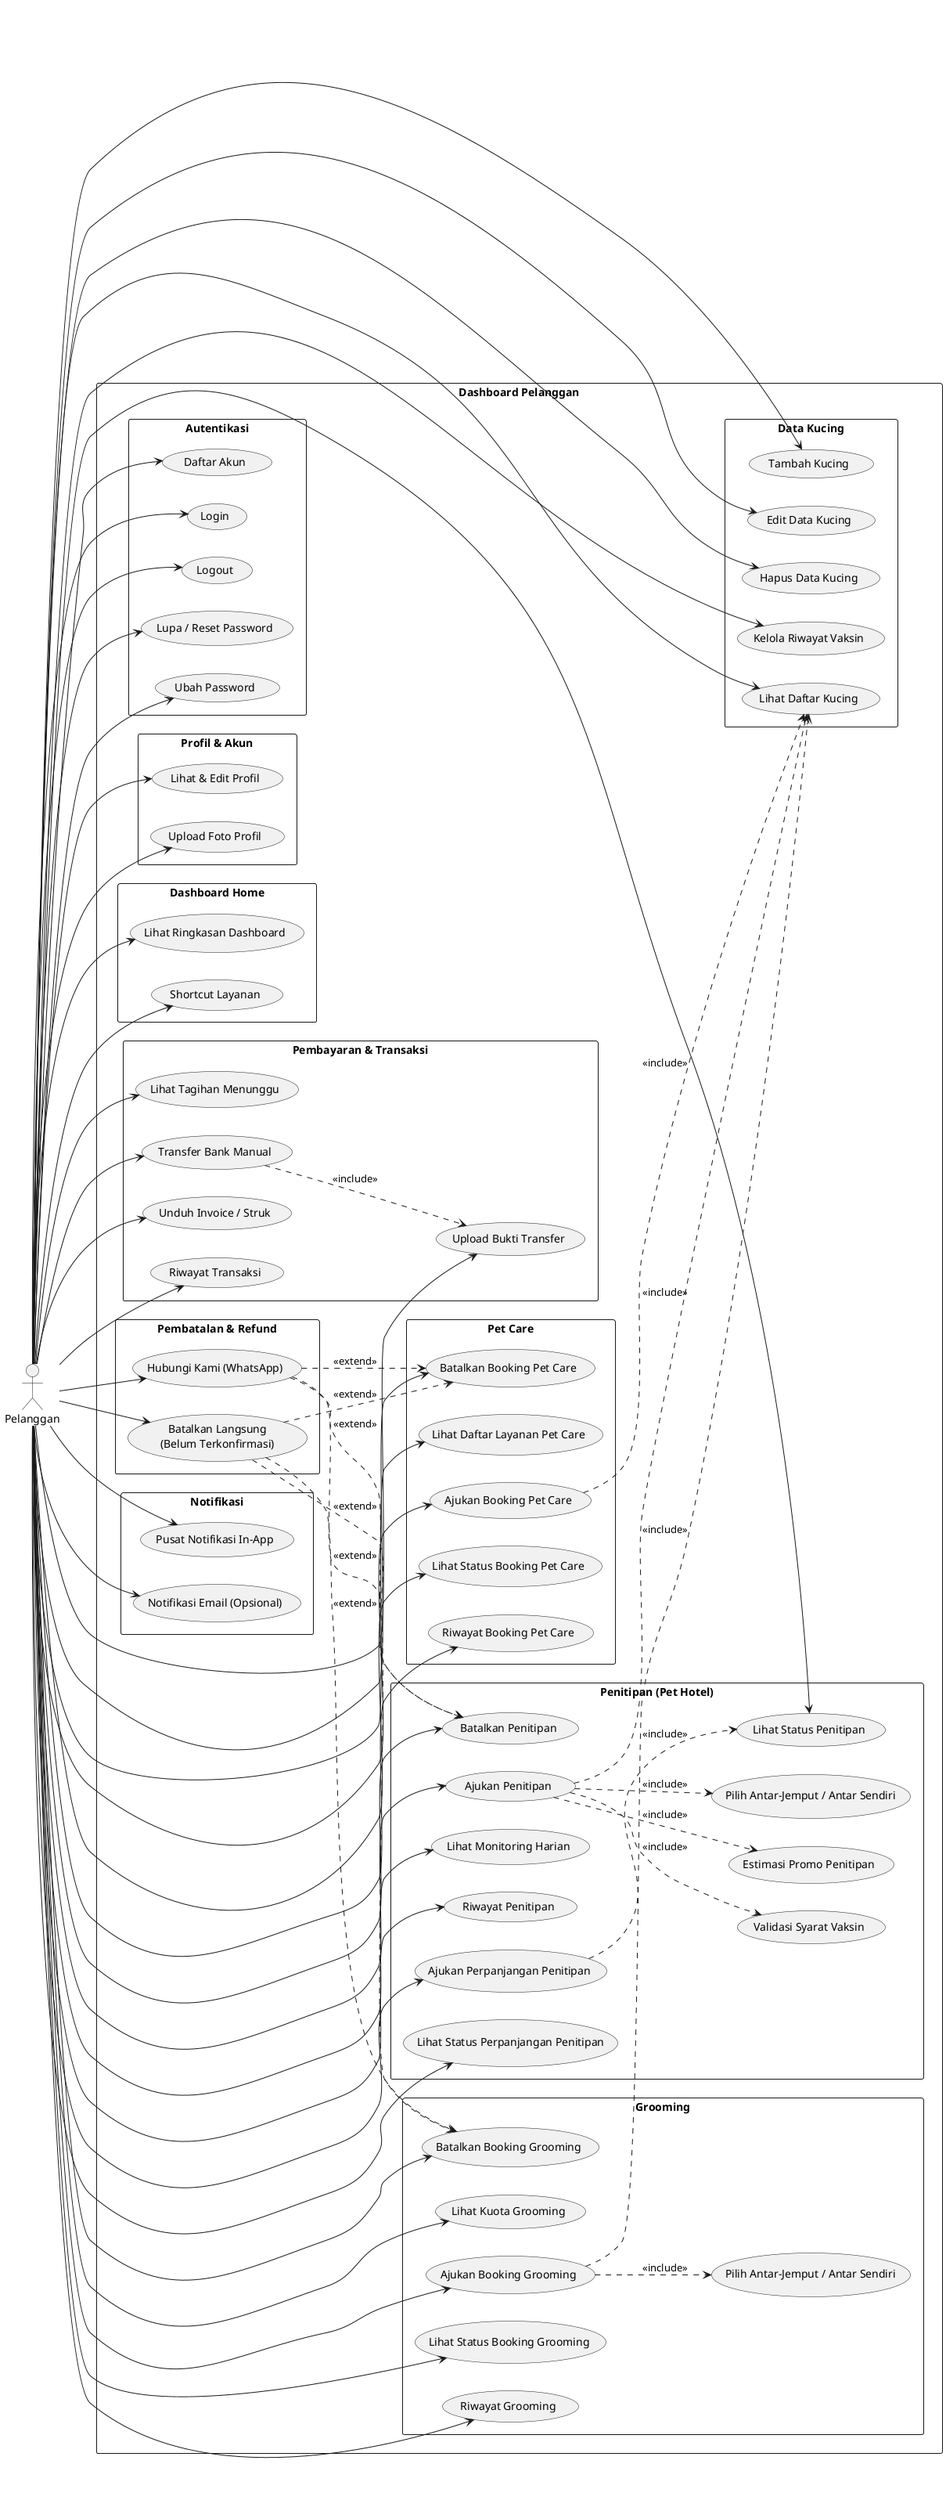
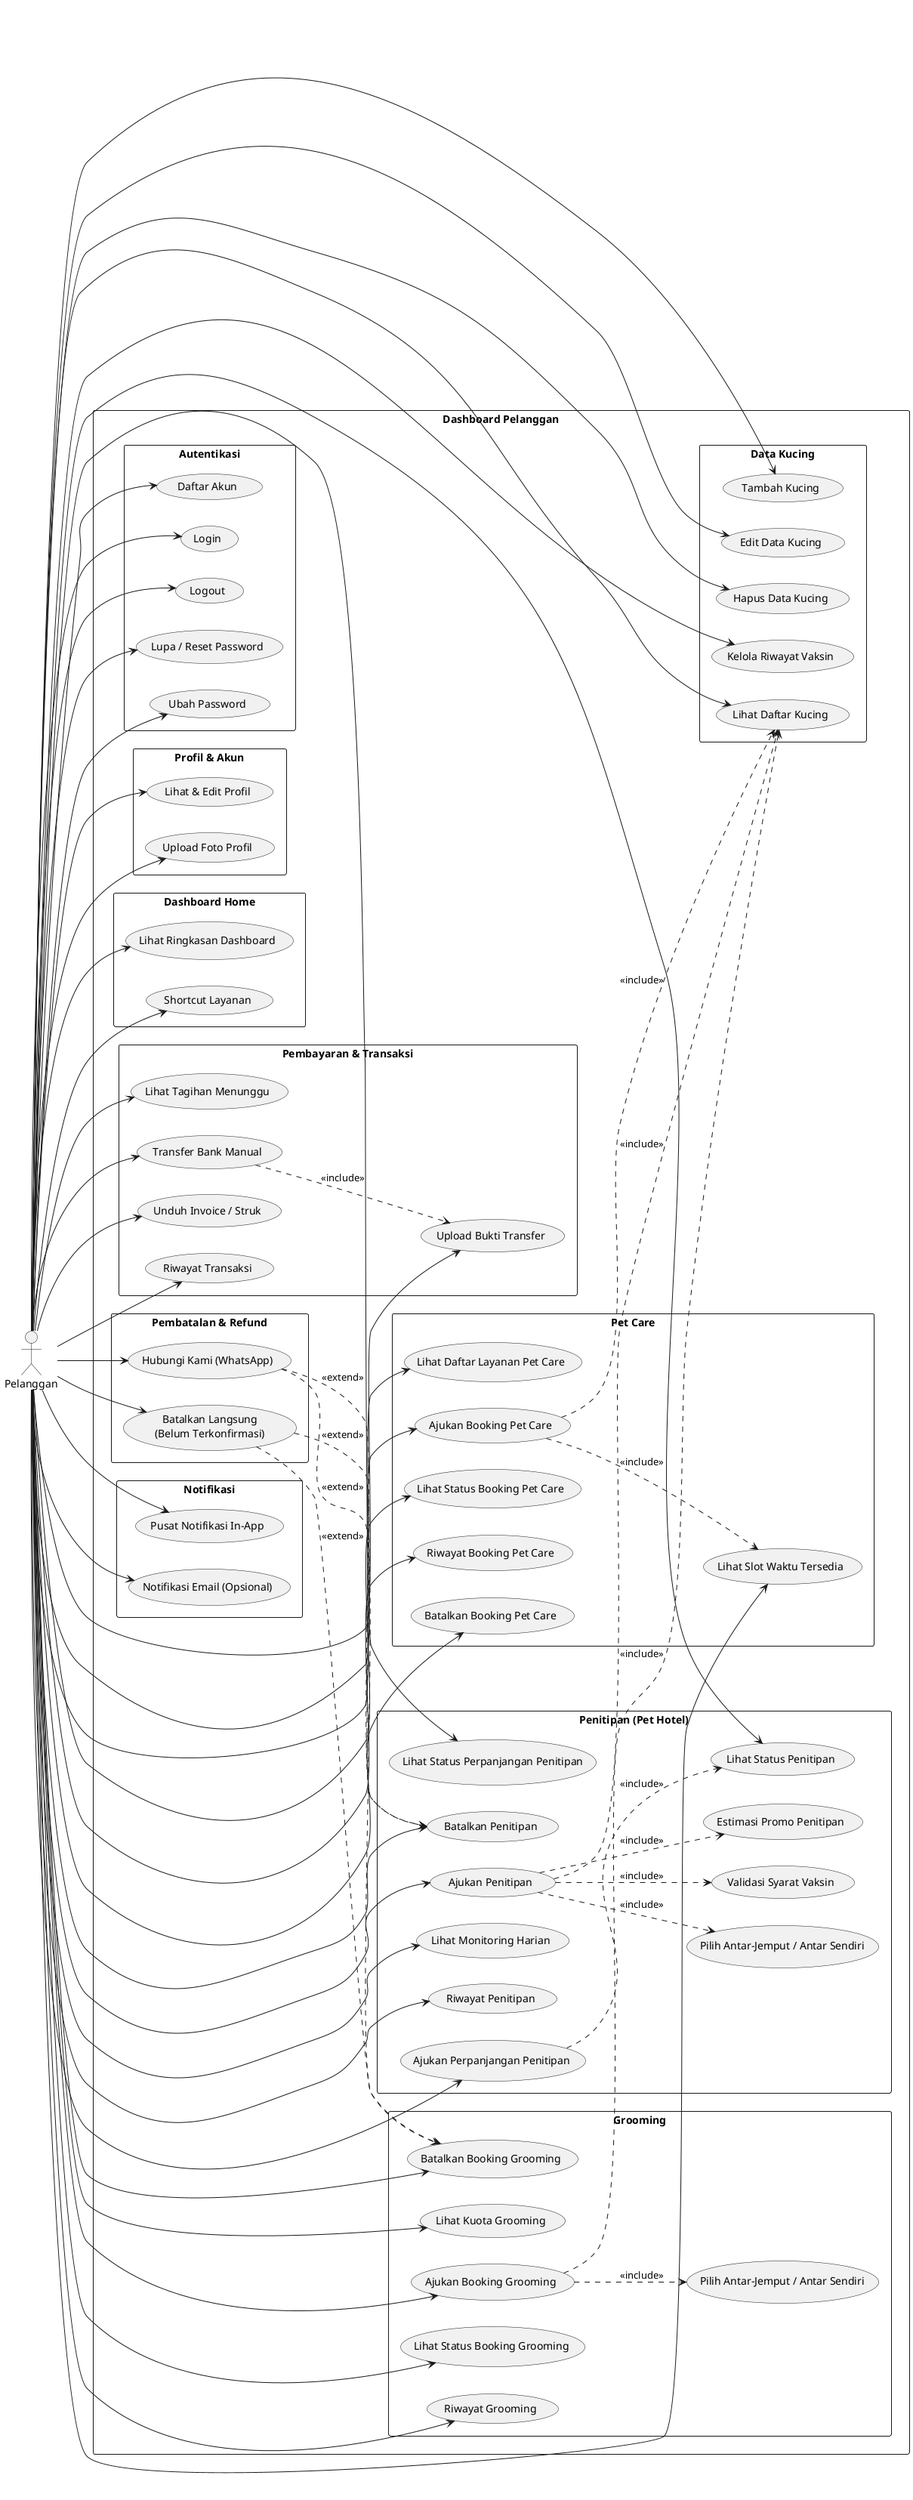
@startuml usecase-pelanggan
left to right direction
skinparam packageStyle rectangle

actor Pelanggan

rectangle "Dashboard Pelanggan" {
  rectangle "Autentikasi" {
    usecase "Daftar Akun" as UC_Reg
    usecase "Login" as UC_Login
    usecase "Logout" as UC_Logout
    usecase "Lupa / Reset Password" as UC_ResetPwd
    usecase "Ubah Password" as UC_UbahPwd
  }

  rectangle "Profil & Akun" {
    usecase "Lihat & Edit Profil" as UC_LihatEditProfil
    usecase "Upload Foto Profil" as UC_UploadFotoProfil
  }

  rectangle "Data Kucing" {
    usecase "Tambah Kucing" as UC_TambahKucing
    usecase "Edit Data Kucing" as UC_EditKucing
    usecase "Hapus Data Kucing" as UC_HapusKucing
    usecase "Lihat Daftar Kucing" as UC_DaftarKucing
    usecase "Kelola Riwayat Vaksin" as UC_RiwayatVaksin
  }

  rectangle "Dashboard Home" {
    usecase "Lihat Ringkasan Dashboard" as UC_Ringkasan
    usecase "Shortcut Layanan" as UC_Shortcut
  }

  rectangle "Grooming" {
    usecase "Lihat Kuota Grooming" as UC_LihatKuotaGrooming
    usecase "Ajukan Booking Grooming" as UC_AjukanGrooming
    usecase "Lihat Status Booking Grooming" as UC_StatusGrooming
    usecase "Riwayat Grooming" as UC_RiwayatGrooming
    usecase "Batalkan Booking Grooming" as UC_BatalGrooming
    usecase "Pilih Antar-Jemput / Antar Sendiri" as UC_AntarJemputGrooming
  }

  rectangle "Penitipan (Pet Hotel)" {
    usecase "Ajukan Penitipan" as UC_AjukanPenitipan
    usecase "Validasi Syarat Vaksin" as UC_ValidasiVaksin
    usecase "Estimasi Promo Penitipan" as UC_PromoPenitipan
    usecase "Lihat Status Penitipan" as UC_StatusPenitipan
    usecase "Lihat Monitoring Harian" as UC_MonitoringPenitipan
    usecase "Riwayat Penitipan" as UC_RiwayatPenitipan
    usecase "Batalkan Penitipan" as UC_BatalPenitipan
    usecase "Pilih Antar-Jemput / Antar Sendiri" as UC_AntarJemputPenitipan
    usecase "Ajukan Perpanjangan Penitipan" as UC_AjukanPerpanjangan
    usecase "Lihat Status Perpanjangan Penitipan" as UC_StatusPerpanjangan
  }

  rectangle "Pet Care" {
    usecase "Lihat Daftar Layanan Pet Care" as UC_LihatLayananPetCare
+     usecase "Lihat Slot Waktu Tersedia" as UC_LihatSlotPetCare
    usecase "Ajukan Booking Pet Care" as UC_AjukanPetCare
    usecase "Lihat Status Booking Pet Care" as UC_StatusPetCare
    usecase "Riwayat Booking Pet Care" as UC_RiwayatPetCare
    usecase "Batalkan Booking Pet Care" as UC_BatalPetCare
  }

  rectangle "Pembayaran & Transaksi" {
    usecase "Lihat Tagihan Menunggu" as UC_Tagihan
    usecase "Transfer Bank Manual" as UC_Transfer
    usecase "Upload Bukti Transfer" as UC_UploadBukti
    usecase "Unduh Invoice / Struk" as UC_Invoice
    usecase "Riwayat Transaksi" as UC_RiwayatTransaksi
  }

  rectangle "Pembatalan & Refund" {
    usecase "Batalkan Langsung\n(Belum Terkonfirmasi)" as UC_BatalLangsung
    usecase "Hubungi Kami (WhatsApp)" as UC_HubungiKami
  }

  rectangle "Notifikasi" {
    usecase "Pusat Notifikasi In-App" as UC_PusatNotif
    usecase "Notifikasi Email (Opsional)" as UC_EmailNotif
  }
}

Pelanggan --> UC_Reg
Pelanggan --> UC_Login
Pelanggan --> UC_Logout
Pelanggan --> UC_ResetPwd
Pelanggan --> UC_UbahPwd
Pelanggan --> UC_LihatEditProfil
Pelanggan --> UC_UploadFotoProfil
Pelanggan --> UC_TambahKucing
Pelanggan --> UC_EditKucing
Pelanggan --> UC_HapusKucing
Pelanggan --> UC_DaftarKucing
Pelanggan --> UC_RiwayatVaksin
Pelanggan --> UC_Ringkasan
Pelanggan --> UC_Shortcut
Pelanggan --> UC_LihatKuotaGrooming
Pelanggan --> UC_AjukanGrooming
Pelanggan --> UC_StatusGrooming
Pelanggan --> UC_RiwayatGrooming
Pelanggan --> UC_BatalGrooming
Pelanggan --> UC_AjukanPenitipan
Pelanggan --> UC_StatusPenitipan
Pelanggan --> UC_MonitoringPenitipan
Pelanggan --> UC_RiwayatPenitipan
Pelanggan --> UC_BatalPenitipan
Pelanggan --> UC_AjukanPerpanjangan
Pelanggan --> UC_StatusPerpanjangan
Pelanggan --> UC_LihatLayananPetCare
+ Pelanggan --> UC_LihatSlotPetCare
Pelanggan --> UC_AjukanPetCare
Pelanggan --> UC_StatusPetCare
Pelanggan --> UC_RiwayatPetCare
Pelanggan --> UC_BatalPetCare
Pelanggan --> UC_Tagihan
Pelanggan --> UC_Transfer
Pelanggan --> UC_UploadBukti
Pelanggan --> UC_Invoice
Pelanggan --> UC_RiwayatTransaksi
Pelanggan --> UC_BatalLangsung
Pelanggan --> UC_HubungiKami
Pelanggan --> UC_PusatNotif
Pelanggan --> UC_EmailNotif

UC_AjukanGrooming ..> UC_AntarJemputGrooming : <<include>>
UC_AjukanPenitipan ..> UC_ValidasiVaksin : <<include>>
UC_AjukanPenitipan ..> UC_PromoPenitipan : <<include>>
UC_AjukanPenitipan ..> UC_AntarJemputPenitipan : <<include>>
UC_AjukanGrooming ..> UC_DaftarKucing : <<include>>
UC_AjukanPenitipan ..> UC_DaftarKucing : <<include>>
UC_AjukanPerpanjangan ..> UC_StatusPenitipan : <<include>>
UC_AjukanPetCare ..> UC_DaftarKucing : <<include>>
+ UC_AjukanPetCare ..> UC_LihatSlotPetCare : <<include>>
UC_Transfer ..> UC_UploadBukti : <<include>>

UC_BatalLangsung ..> UC_BatalGrooming : <<extend>>
UC_BatalLangsung ..> UC_BatalPenitipan : <<extend>>
- UC_BatalLangsung ..> UC_BatalPetCare : <<extend>>
UC_HubungiKami ..> UC_BatalGrooming : <<extend>>
UC_HubungiKami ..> UC_BatalPenitipan : <<extend>>
- UC_HubungiKami ..> UC_BatalPetCare : <<extend>>

@enduml
